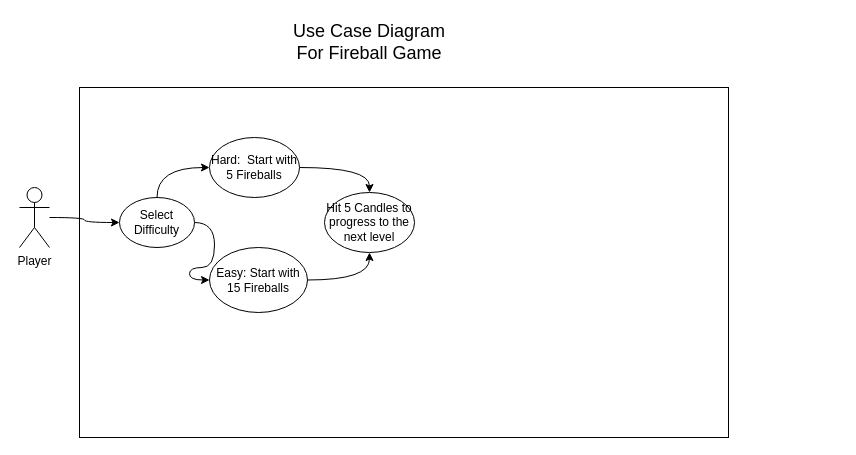
Above: page "Use Case" (2 of 4) of Untitled Diagram.drawio in bmejia33/CISC210Draw (draw.io), before the change. Source tidied: cells renumbered, new cells numbered last; positions are measured from the earlier drawing's top-left corner, leaving out a move shared by most shapes. Both pictures are drawn from the tidied source at 100%, with x=0, y=0 at pixel (19, 17).
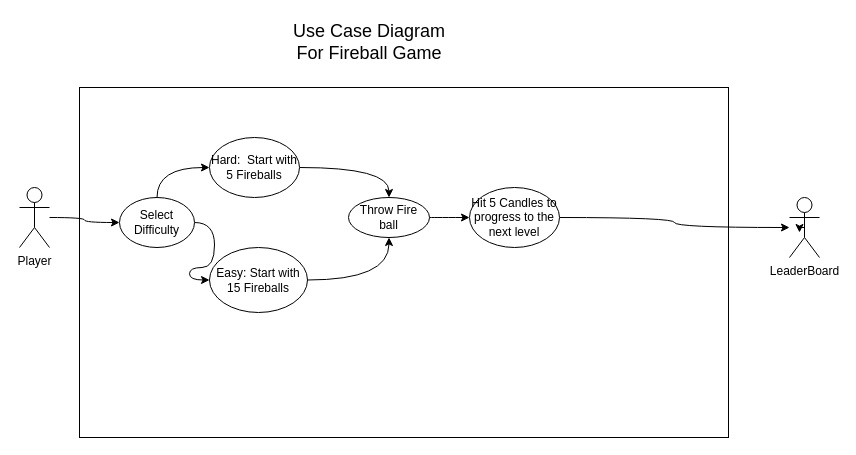
The same page after the edit.

Unchanged cells that the change refers to:
```xml
<mxCell id="9" value="Hard:&amp;nbsp; Start with 5 Fireballs" style="ellipse;whiteSpace=wrap;html=1;" parent="1" vertex="1">
  <mxGeometry x="190" y="120" width="90" height="60" as="geometry" />
</mxCell>
<mxCell id="11" value="Easy: Start with 15 Fireballs" style="ellipse;whiteSpace=wrap;html=1;" parent="1" vertex="1">
  <mxGeometry x="190" y="230" width="98" height="65" as="geometry" />
</mxCell>
```

The edit, as a diff of the source:
```diff
@@
-    <mxCell id="8" style="edgeStyle=orthogonalEdgeStyle;curved=1;jettySize=auto;html=1;entryX=0.5;entryY=0;entryDx=0;entryDy=0;" parent="1" edge="1" source="9" target="12">
+    <mxCell id="8" style="edgeStyle=orthogonalEdgeStyle;curved=1;jettySize=auto;html=1;entryX=0.5;entryY=0;entryDx=0;entryDy=0;" parent="1" edge="1" source="9" target="19">
       <mxGeometry relative="1" as="geometry" />
     </mxCell>
@@
-    <mxCell id="10" style="edgeStyle=orthogonalEdgeStyle;curved=1;jettySize=auto;html=1;entryX=0.5;entryY=1;entryDx=0;entryDy=0;" parent="1" edge="1" source="11" target="12">
+    <mxCell id="10" style="edgeStyle=orthogonalEdgeStyle;curved=1;jettySize=auto;html=1;entryX=0.5;entryY=1;entryDx=0;entryDy=0;" parent="1" edge="1" source="11" target="19">
       <mxGeometry relative="1" as="geometry" />
     </mxCell>
@@
+    <mxCell id="15" style="edgeStyle=orthogonalEdgeStyle;curved=1;jettySize=auto;html=1;" parent="1" edge="1" source="12" target="17">
+      <mxGeometry relative="1" as="geometry" />
+    </mxCell>
     <mxCell id="12" value="Hit 5 Candles to progress to the next level" style="ellipse;whiteSpace=wrap;html=1;" parent="1" vertex="1">
-      <mxGeometry x="305" y="175" width="90" height="60" as="geometry" />
+      <mxGeometry x="450" y="170" width="90" height="60" as="geometry" />
     </mxCell>
@@
+    <mxCell id="16" style="edgeStyle=orthogonalEdgeStyle;rounded=0;jettySize=auto;html=1;exitX=0.5;exitY=0.5;exitDx=0;exitDy=0;exitPerimeter=0;" parent="1" edge="1" source="17">
+      <mxGeometry relative="1" as="geometry">
+        <mxPoint x="780" y="215" as="targetPoint" />
+      </mxGeometry>
+    </mxCell>
+    <mxCell id="17" value="LeaderBoard" style="shape=umlActor;verticalLabelPosition=bottom;labelBackgroundColor=#ffffff;verticalAlign=top;html=1;outlineConnect=0;" parent="1" vertex="1">
+      <mxGeometry x="770" y="180" width="30" height="60" as="geometry" />
+    </mxCell>
+    <mxCell id="18" style="edgeStyle=orthogonalEdgeStyle;jettySize=auto;html=1;curved=1;" parent="1" edge="1" source="19" target="12">
+      <mxGeometry relative="1" as="geometry" />
+    </mxCell>
+    <mxCell id="19" value="Throw Fire ball" style="ellipse;whiteSpace=wrap;html=1;" parent="1" vertex="1">
+      <mxGeometry x="329" y="180" width="81" height="40" as="geometry" />
+    </mxCell>
```
